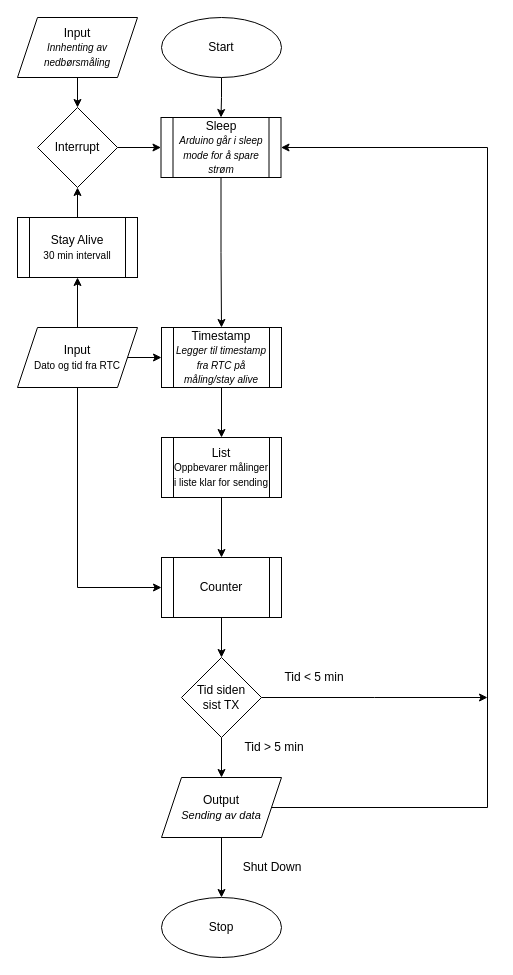
ring-jostein/rainSensorNetwork keeps this draw.io diagram as skisseArduinoSender.drawio. Above is the earlier version. Source tidied: cells renumbered, new cells numbered last; positions are measured from the earlier drawing's top-left corner, leaving out a move shared by most shapes. Both pictures are drawn from the tidied source at 100%, with x=0, y=0 at pixel (17, 17).
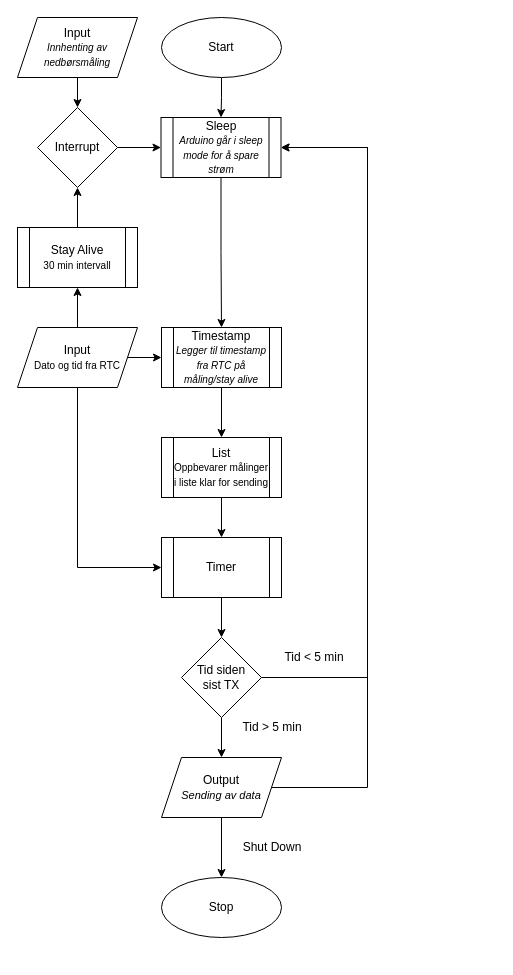
The same page after the edit.

Unchanged cells that the change refers to:
```xml
<mxCell id="15" value="&lt;span&gt;Sleep&lt;/span&gt;&lt;br&gt;&lt;i&gt;&lt;font style=&quot;font-size: 10px&quot;&gt;Arduino går i sleep mode for å spare strøm&lt;/font&gt;&lt;/i&gt;" style="shape=process;whiteSpace=wrap;html=1;backgroundOutline=1;" parent="1" vertex="1">
  <mxGeometry x="143.5" y="100" width="120" height="60" as="geometry" />
</mxCell>
<mxCell id="19" value="Input&lt;br style=&quot;font-size: 10px&quot;&gt;&lt;font size=&quot;1&quot;&gt;Dato og tid fra RTC&lt;/font&gt;" style="shape=parallelogram;perimeter=parallelogramPerimeter;whiteSpace=wrap;html=1;fixedSize=1;" parent="1" vertex="1">
  <mxGeometry y="310" width="120" height="60" as="geometry" />
</mxCell>
```

What changed in the source:
```diff
@@
     <mxCell id="4" value="Stop" style="ellipse;whiteSpace=wrap;html=1;" parent="1" vertex="1">
-      <mxGeometry x="144" y="880" width="120" height="60" as="geometry" />
+      <mxGeometry x="144" y="860" width="120" height="60" as="geometry" />
     </mxCell>
     <mxCell id="5" style="edgeStyle=orthogonalEdgeStyle;rounded=0;jettySize=auto;html=1;entryX=1;entryY=0.5;entryDx=0;entryDy=0;" parent="1" edge="1" source="7" target="15">
       <mxGeometry relative="1" as="geometry">
         <Array as="points">
-          <mxPoint x="470" y="790" />
-          <mxPoint x="470" y="130" />
+          <mxPoint x="350" y="770" />
+          <mxPoint x="350" y="130" />
         </Array>
       </mxGeometry>
     </mxCell>
@@
     <mxCell id="7" value="Output&lt;br&gt;&lt;i&gt;&lt;font style=&quot;font-size: 11px&quot;&gt;Sending av data&lt;/font&gt;&lt;/i&gt;" style="shape=parallelogram;perimeter=parallelogramPerimeter;whiteSpace=wrap;html=1;fixedSize=1;" parent="1" vertex="1">
-      <mxGeometry x="144" y="760" width="120" height="60" as="geometry" />
+      <mxGeometry x="144" y="740" width="120" height="60" as="geometry" />
     </mxCell>
@@
     <mxCell id="17" style="edgeStyle=orthogonalEdgeStyle;rounded=0;jettySize=auto;html=1;entryX=0;entryY=0.5;entryDx=0;entryDy=0;" parent="1" edge="1" source="19" target="23">
       <mxGeometry relative="1" as="geometry">
         <Array as="points">
-          <mxPoint x="60" y="570" />
+          <mxPoint x="60" y="550" />
         </Array>
       </mxGeometry>
     </mxCell>
@@
-    <mxCell id="23" value="Counter" style="shape=process;whiteSpace=wrap;html=1;backgroundOutline=1;" parent="1" vertex="1">
-      <mxGeometry x="144" y="540" width="120" height="60" as="geometry" />
+    <mxCell id="23" value="Timer" style="shape=process;whiteSpace=wrap;html=1;backgroundOutline=1;" parent="1" vertex="1">
+      <mxGeometry x="144" y="520" width="120" height="60" as="geometry" />
     </mxCell>
@@
-    <mxCell id="25" style="edgeStyle=orthogonalEdgeStyle;rounded=0;jettySize=auto;html=1;" parent="1" edge="1" source="26">
+    <mxCell id="25" style="edgeStyle=orthogonalEdgeStyle;rounded=0;jettySize=auto;html=1;entryX=1;entryY=0.5;entryDx=0;entryDy=0;" parent="1" edge="1" source="26" target="15">
       <mxGeometry relative="1" as="geometry">
-        <mxPoint x="470" y="680" as="targetPoint" />
+        <Array as="points">
+          <mxPoint x="350" y="660" />
+          <mxPoint x="350" y="130" />
+        </Array>
       </mxGeometry>
     </mxCell>
     <mxCell id="26" value="Tid siden&lt;br&gt;sist TX" style="rhombus;whiteSpace=wrap;html=1;" parent="1" vertex="1">
-      <mxGeometry x="164" y="640" width="80" height="80" as="geometry" />
+      <mxGeometry x="164" y="620" width="80" height="80" as="geometry" />
     </mxCell>
     <mxCell id="27" value="Tid &amp;gt; 5 min" style="text;html=1;strokeColor=none;fillColor=none;align=center;verticalAlign=middle;whiteSpace=wrap;rounded=0;" parent="1" vertex="1">
-      <mxGeometry x="224" y="720" width="66" height="20" as="geometry" />
+      <mxGeometry x="222" y="700" width="66" height="20" as="geometry" />
     </mxCell>
     <mxCell id="28" value="Shut Down" style="text;html=1;strokeColor=none;fillColor=none;align=center;verticalAlign=middle;whiteSpace=wrap;rounded=0;" parent="1" vertex="1">
-      <mxGeometry x="220" y="840" width="70" height="20" as="geometry" />
+      <mxGeometry x="220" y="820" width="70" height="20" as="geometry" />
     </mxCell>
     <mxCell id="29" value="Tid &amp;lt; 5 min" style="text;html=1;strokeColor=none;fillColor=none;align=center;verticalAlign=middle;whiteSpace=wrap;rounded=0;" parent="1" vertex="1">
-      <mxGeometry x="264" y="650" width="66" height="20" as="geometry" />
+      <mxGeometry x="263.5" y="630" width="66" height="20" as="geometry" />
     </mxCell>
@@
     <mxCell id="31" value="Stay Alive&lt;br style=&quot;font-size: 10px&quot;&gt;&lt;font size=&quot;1&quot;&gt;30 min intervall&lt;/font&gt;" style="shape=process;whiteSpace=wrap;html=1;backgroundOutline=1;" parent="1" vertex="1">
-      <mxGeometry y="200" width="120" height="60" as="geometry" />
+      <mxGeometry y="210" width="120" height="60" as="geometry" />
     </mxCell>
```
